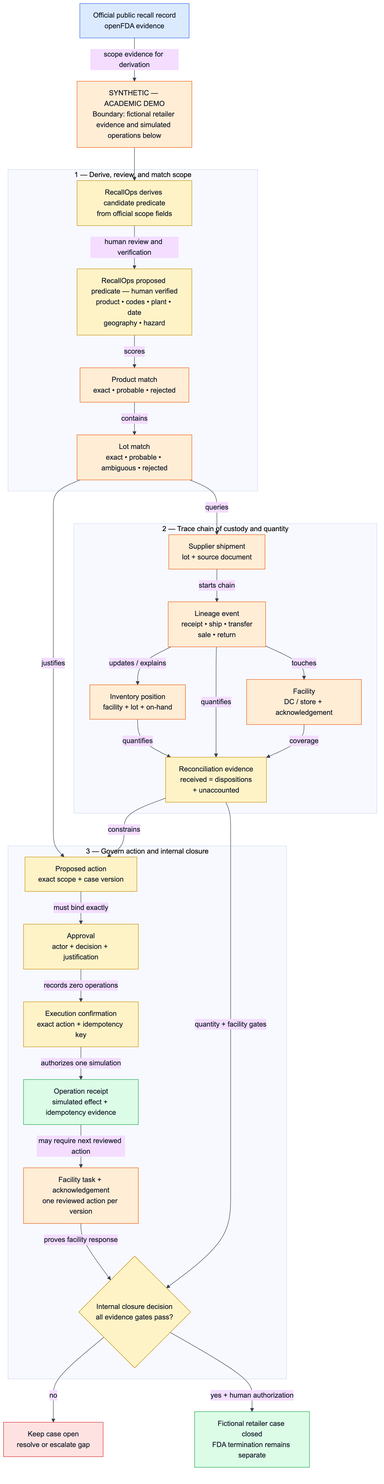
This is docs/images/09_domain_evidence_model.png from nagarjunakanamarlapudi/reacall-agents, a Mermaid export, as it was before one commit. Its source is kept beside it as docs/images/09_domain_evidence_model.mmd.
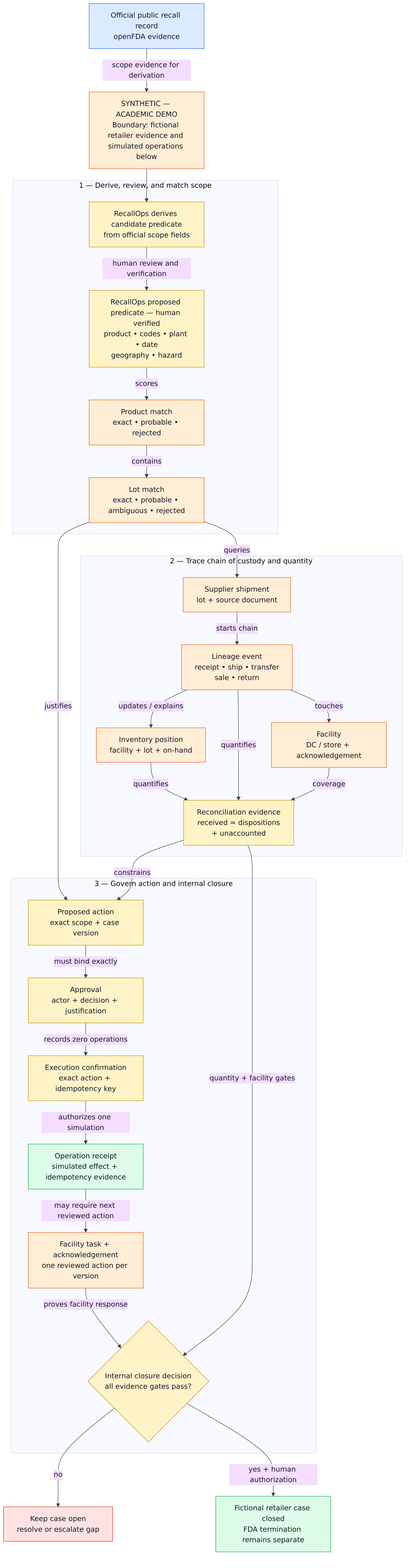
Above is the later version.

Diff of the diagram source:
```diff
@@ -1,3 +1,4 @@
+%%{init: {"themeCSS": ".cluster-label div {white-space: nowrap !important; max-width: none !important; width: max-content !important;}", "flowchart": {"subGraphTitleMargin": {"top": 0, "bottom": 24}}}}%%
 flowchart TB
   classDef official fill:#dbeafe,stroke:#2563eb,color:#111827
   classDef synthetic fill:#ffedd5,stroke:#ea580c,color:#111827
```
